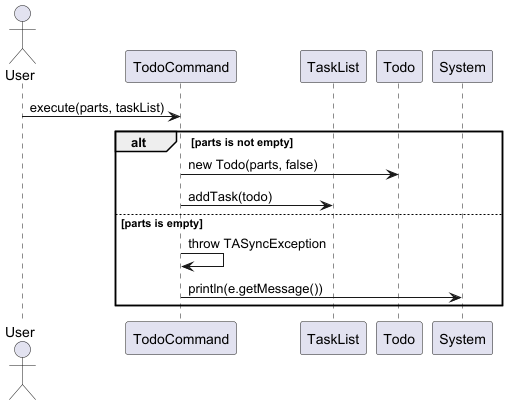
Above: docs/diagrams/tasklistcommands/TodoCommandSequenceDiagram.png in wongyihao02/tp (PlantUML), before the change.
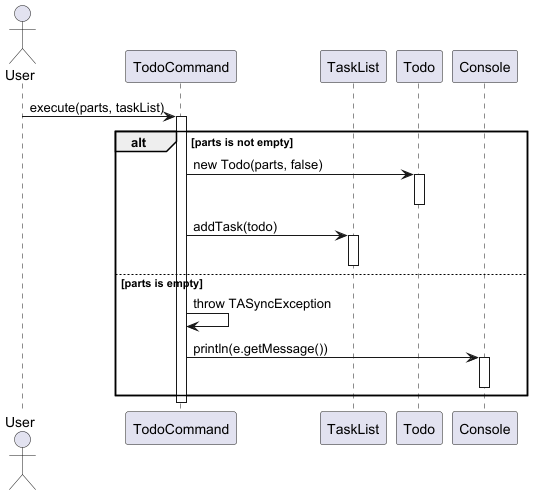
The same file after the commit.

Diff of the diagram source:
```diff
@@ -7,13 +7,22 @@
 participant "Todo" as Todo
 
 User -> TodoCmd : execute(parts, taskList)
+activate TodoCmd
 
 alt parts is not empty
     TodoCmd -> Todo : new Todo(parts, false)
+    activate Todo
+    deactivate Todo
+
     TodoCmd -> TaskList : addTask(todo)
+    activate TaskList
+    deactivate TaskList
 else parts is empty
     TodoCmd -> TodoCmd : throw TASyncException
-    TodoCmd -> System : println(e.getMessage())
+    TodoCmd -> Console : println(e.getMessage())
+    activate Console
+    deactivate Console
 end
 
+deactivate TodoCmd
 @enduml
```
